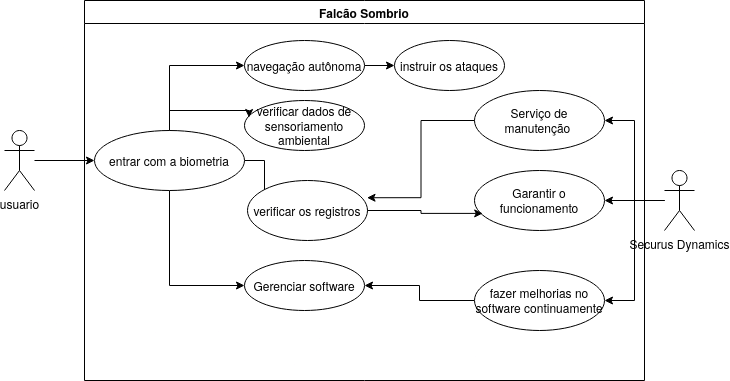
This is docs/fase3diagrama.drawio.png from GRUPO-SHADOW/UML-Classroom-FCI, a draw.io export, as it was before one commit. Source tidied: cells renumbered, new cells last; positions are measured from the earlier drawing's top-left corner, leaving out a move shared by most shapes. The source it was exported from:
```xml
<mxGraphModel>
  <root>
    <mxCell id="0" />
    <mxCell id="1" parent="0" />
    <mxCell id="2" style="edgeStyle=orthogonalEdgeStyle;rounded=0;jettySize=auto;html=1;" parent="1" edge="1" source="3" target="8">
      <mxGeometry relative="1" as="geometry" />
    </mxCell>
    <mxCell id="3" value="usuario" style="shape=umlActor;verticalLabelPosition=bottom;verticalAlign=top;html=1;outlineConnect=0;" parent="1" vertex="1">
      <mxGeometry y="130" width="30" height="60" as="geometry" />
    </mxCell>
    <mxCell id="4" value="Falcão Sombrio" style="swimlane;whiteSpace=wrap;html=1;" parent="1" vertex="1">
      <mxGeometry x="80" width="560" height="380" as="geometry" />
    </mxCell>
    <mxCell id="5" style="edgeStyle=orthogonalEdgeStyle;rounded=0;jettySize=auto;html=1;entryX=0;entryY=0.5;entryDx=0;entryDy=0;" parent="4" edge="1" source="8" target="13">
      <mxGeometry relative="1" as="geometry" />
    </mxCell>
    <mxCell id="6" style="edgeStyle=orthogonalEdgeStyle;rounded=0;jettySize=auto;html=1;entryX=0;entryY=0.5;entryDx=0;entryDy=0;" parent="4" edge="1" source="8" target="12">
      <mxGeometry relative="1" as="geometry" />
    </mxCell>
    <mxCell id="7" style="edgeStyle=orthogonalEdgeStyle;rounded=0;jettySize=auto;html=1;entryX=0;entryY=0.5;entryDx=0;entryDy=0;" parent="4" edge="1" source="8" target="10">
      <mxGeometry relative="1" as="geometry" />
    </mxCell>
    <mxCell id="8" value="entrar com a biometria" style="ellipse;whiteSpace=wrap;html=1;" parent="4" vertex="1">
      <mxGeometry x="10" y="130" width="150" height="60" as="geometry" />
    </mxCell>
    <mxCell id="9" value="verificar dados de sensoriamento ambiental" style="ellipse;whiteSpace=wrap;html=1;" parent="4" vertex="1">
      <mxGeometry x="160" y="100" width="120" height="50" as="geometry" />
    </mxCell>
    <mxCell id="10" value="verificar os registros" style="ellipse;whiteSpace=wrap;html=1;" parent="4" vertex="1">
      <mxGeometry x="163" y="180" width="120" height="60" as="geometry" />
    </mxCell>
    <mxCell id="11" style="edgeStyle=orthogonalEdgeStyle;rounded=0;jettySize=auto;html=1;" parent="4" edge="1" source="12" target="15">
      <mxGeometry relative="1" as="geometry" />
    </mxCell>
    <mxCell id="12" value="navegação autônoma" style="ellipse;whiteSpace=wrap;html=1;" parent="4" vertex="1">
      <mxGeometry x="160" y="40" width="120" height="50" as="geometry" />
    </mxCell>
    <mxCell id="13" value="Gerenciar software" style="ellipse;whiteSpace=wrap;html=1;" parent="4" vertex="1">
      <mxGeometry x="160" y="260" width="120" height="50" as="geometry" />
    </mxCell>
    <mxCell id="14" style="edgeStyle=orthogonalEdgeStyle;rounded=0;jettySize=auto;html=1;entryX=0.038;entryY=0.34;entryDx=0;entryDy=0;entryPerimeter=0;" parent="4" edge="1" source="8" target="9">
      <mxGeometry relative="1" as="geometry" />
    </mxCell>
    <mxCell id="15" value="instruir os ataques" style="ellipse;whiteSpace=wrap;html=1;" parent="4" vertex="1">
      <mxGeometry x="310" y="40" width="110" height="50" as="geometry" />
    </mxCell>
    <mxCell id="16" value="Garantir o funcionamento" style="ellipse;whiteSpace=wrap;html=1;" parent="4" vertex="1">
      <mxGeometry x="390" y="170" width="130" height="60" as="geometry" />
    </mxCell>
    <mxCell id="17" style="edgeStyle=orthogonalEdgeStyle;rounded=0;jettySize=auto;html=1;" parent="4" edge="1" source="18" target="13">
      <mxGeometry relative="1" as="geometry" />
    </mxCell>
    <mxCell id="18" value="fazer melhorias no software continuamente" style="ellipse;whiteSpace=wrap;html=1;" parent="4" vertex="1">
      <mxGeometry x="390" y="270" width="130" height="60" as="geometry" />
    </mxCell>
    <mxCell id="19" value="Serviço de manutenção&amp;nbsp;" style="ellipse;whiteSpace=wrap;html=1;" parent="4" vertex="1">
      <mxGeometry x="390" y="90" width="130" height="60" as="geometry" />
    </mxCell>
    <mxCell id="20" style="edgeStyle=orthogonalEdgeStyle;rounded=0;jettySize=auto;html=1;entryX=0.063;entryY=0.715;entryDx=0;entryDy=0;entryPerimeter=0;" parent="4" edge="1" source="10" target="16">
      <mxGeometry relative="1" as="geometry" />
    </mxCell>
    <mxCell id="21" style="edgeStyle=orthogonalEdgeStyle;rounded=0;jettySize=auto;html=1;entryX=0.996;entryY=0.287;entryDx=0;entryDy=0;entryPerimeter=0;" parent="4" edge="1" source="19" target="10">
      <mxGeometry relative="1" as="geometry" />
    </mxCell>
    <mxCell id="22" style="edgeStyle=orthogonalEdgeStyle;rounded=0;jettySize=auto;html=1;" parent="1" edge="1" source="25" target="16">
      <mxGeometry relative="1" as="geometry" />
    </mxCell>
    <mxCell id="23" style="edgeStyle=orthogonalEdgeStyle;rounded=0;jettySize=auto;html=1;entryX=1;entryY=0.5;entryDx=0;entryDy=0;" parent="1" edge="1" source="25" target="19">
      <mxGeometry relative="1" as="geometry" />
    </mxCell>
    <mxCell id="24" style="edgeStyle=orthogonalEdgeStyle;rounded=0;jettySize=auto;html=1;entryX=1;entryY=0.5;entryDx=0;entryDy=0;" parent="1" edge="1" source="25" target="18">
      <mxGeometry relative="1" as="geometry" />
    </mxCell>
    <mxCell id="25" value="Securus Dynamics" style="shape=umlActor;verticalLabelPosition=bottom;verticalAlign=top;html=1;outlineConnect=0;" parent="1" vertex="1">
      <mxGeometry x="660" y="170" width="30" height="60" as="geometry" />
    </mxCell>
  </root>
</mxGraphModel>
```
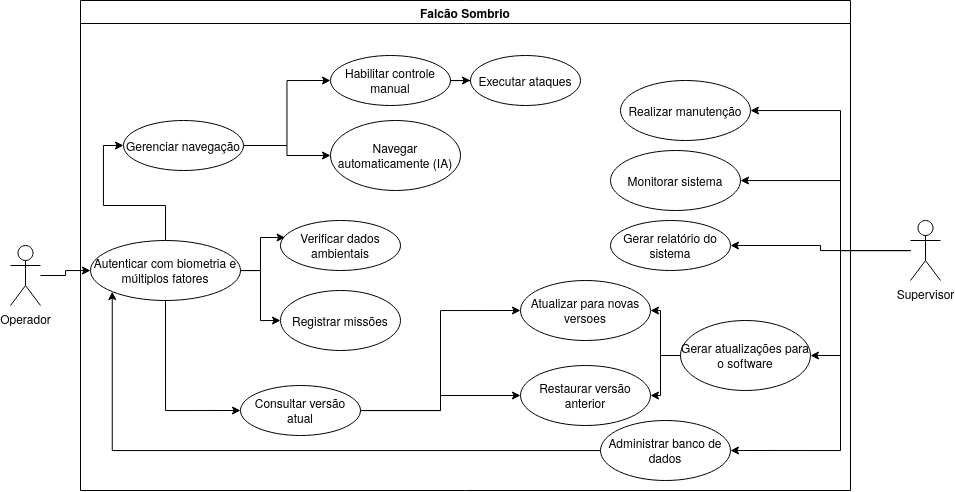
Later version of the same file.

Diff of the diagram source:
```diff
@@ -5,11 +5,11 @@
     <mxCell id="2" style="edgeStyle=orthogonalEdgeStyle;rounded=0;jettySize=auto;html=1;" parent="1" edge="1" source="3" target="8">
       <mxGeometry relative="1" as="geometry" />
     </mxCell>
-    <mxCell id="3" value="usuario" style="shape=umlActor;verticalLabelPosition=bottom;verticalAlign=top;html=1;outlineConnect=0;" parent="1" vertex="1">
-      <mxGeometry y="130" width="30" height="60" as="geometry" />
+    <mxCell id="3" value="Operador" style="shape=umlActor;verticalLabelPosition=bottom;verticalAlign=top;html=1;outlineConnect=0;" parent="1" vertex="1">
+      <mxGeometry y="145" width="30" height="60" as="geometry" />
     </mxCell>
     <mxCell id="4" value="Falcão Sombrio" style="swimlane;whiteSpace=wrap;html=1;" parent="1" vertex="1">
-      <mxGeometry x="80" width="560" height="380" as="geometry" />
+      <mxGeometry x="70" y="-100" width="770" height="490" as="geometry" />
     </mxCell>
     <mxCell id="5" style="edgeStyle=orthogonalEdgeStyle;rounded=0;jettySize=auto;html=1;entryX=0;entryY=0.5;entryDx=0;entryDy=0;" parent="4" edge="1" source="8" target="13">
       <mxGeometry relative="1" as="geometry" />
@@ -20,59 +20,116 @@
     <mxCell id="7" style="edgeStyle=orthogonalEdgeStyle;rounded=0;jettySize=auto;html=1;entryX=0;entryY=0.5;entryDx=0;entryDy=0;" parent="4" edge="1" source="8" target="10">
       <mxGeometry relative="1" as="geometry" />
     </mxCell>
-    <mxCell id="8" value="entrar com a biometria" style="ellipse;whiteSpace=wrap;html=1;" parent="4" vertex="1">
-      <mxGeometry x="10" y="130" width="150" height="60" as="geometry" />
+    <mxCell id="8" value="Autenticar com biometria e múltiplos fatores" style="ellipse;whiteSpace=wrap;html=1;" parent="4" vertex="1">
+      <mxGeometry x="10" y="240" width="150" height="60" as="geometry" />
     </mxCell>
-    <mxCell id="9" value="verificar dados de sensoriamento ambiental" style="ellipse;whiteSpace=wrap;html=1;" parent="4" vertex="1">
-      <mxGeometry x="160" y="100" width="120" height="50" as="geometry" />
+    <mxCell id="9" value="Verificar dados ambientais" style="ellipse;whiteSpace=wrap;html=1;" parent="4" vertex="1">
+      <mxGeometry x="200" y="220" width="120" height="50" as="geometry" />
     </mxCell>
-    <mxCell id="10" value="verificar os registros" style="ellipse;whiteSpace=wrap;html=1;" parent="4" vertex="1">
-      <mxGeometry x="163" y="180" width="120" height="60" as="geometry" />
+    <mxCell id="10" value="Registrar missões" style="ellipse;whiteSpace=wrap;html=1;" parent="4" vertex="1">
+      <mxGeometry x="200" y="290" width="120" height="60" as="geometry" />
     </mxCell>
-    <mxCell id="11" style="edgeStyle=orthogonalEdgeStyle;rounded=0;jettySize=auto;html=1;" parent="4" edge="1" source="12" target="15">
-      <mxGeometry relative="1" as="geometry" />
-    </mxCell>
+    <mxCell id="26" style="edgeStyle=orthogonalEdgeStyle;rounded=0;jettySize=auto;html=1;entryX=0;entryY=0.5;entryDx=0;entryDy=0;" parent="4" edge="1" source="12" target="35">
+      <mxGeometry relative="1" as="geometry" />
+    </mxCell>
+    <mxCell id="27" style="edgeStyle=orthogonalEdgeStyle;rounded=0;jettySize=auto;html=1;entryX=0;entryY=0.5;entryDx=0;entryDy=0;" parent="4" edge="1" source="12" target="36">
+      <mxGeometry relative="1" as="geometry" />
+    </mxCell>
-    <mxCell id="12" value="navegação autônoma" style="ellipse;whiteSpace=wrap;html=1;" parent="4" vertex="1">
-      <mxGeometry x="160" y="40" width="120" height="50" as="geometry" />
+    <mxCell id="12" value="&lt;div&gt;Gerenciar navegação&lt;/div&gt;" style="ellipse;whiteSpace=wrap;html=1;" parent="4" vertex="1">
+      <mxGeometry x="43" y="120" width="120" height="50" as="geometry" />
     </mxCell>
+    <mxCell id="28" style="edgeStyle=orthogonalEdgeStyle;rounded=0;jettySize=auto;html=1;entryX=0;entryY=0.5;entryDx=0;entryDy=0;" parent="4" edge="1" source="13" target="33">
+      <mxGeometry relative="1" as="geometry" />
+    </mxCell>
+    <mxCell id="29" style="edgeStyle=orthogonalEdgeStyle;rounded=0;jettySize=auto;html=1;entryX=0;entryY=0.5;entryDx=0;entryDy=0;" parent="4" edge="1" source="13" target="32">
+      <mxGeometry relative="1" as="geometry" />
+    </mxCell>
-    <mxCell id="13" value="Gerenciar software" style="ellipse;whiteSpace=wrap;html=1;" parent="4" vertex="1">
-      <mxGeometry x="160" y="260" width="120" height="50" as="geometry" />
+    <mxCell id="13" value="Consultar versão atual" style="ellipse;whiteSpace=wrap;html=1;" parent="4" vertex="1">
+      <mxGeometry x="160" y="385" width="120" height="50" as="geometry" />
     </mxCell>
     <mxCell id="14" style="edgeStyle=orthogonalEdgeStyle;rounded=0;jettySize=auto;html=1;entryX=0.038;entryY=0.34;entryDx=0;entryDy=0;entryPerimeter=0;" parent="4" edge="1" source="8" target="9">
       <mxGeometry relative="1" as="geometry" />
     </mxCell>
-    <mxCell id="15" value="instruir os ataques" style="ellipse;whiteSpace=wrap;html=1;" parent="4" vertex="1">
-      <mxGeometry x="310" y="40" width="110" height="50" as="geometry" />
+    <mxCell id="15" value="Executar ataques" style="ellipse;whiteSpace=wrap;html=1;" parent="4" vertex="1">
+      <mxGeometry x="390" y="55" width="110" height="50" as="geometry" />
     </mxCell>
-    <mxCell id="16" value="Garantir o funcionamento" style="ellipse;whiteSpace=wrap;html=1;" parent="4" vertex="1">
-      <mxGeometry x="390" y="170" width="130" height="60" as="geometry" />
+    <mxCell id="16" value="Monitorar sistema" style="ellipse;whiteSpace=wrap;html=1;" parent="4" vertex="1">
+      <mxGeometry x="530" y="150" width="130" height="60" as="geometry" />
     </mxCell>
-    <mxCell id="17" style="edgeStyle=orthogonalEdgeStyle;rounded=0;jettySize=auto;html=1;" parent="4" edge="1" source="18" target="13">
-      <mxGeometry relative="1" as="geometry" />
-    </mxCell>
+    <mxCell id="30" style="edgeStyle=orthogonalEdgeStyle;rounded=0;jettySize=auto;html=1;entryX=1;entryY=0.5;entryDx=0;entryDy=0;" parent="4" edge="1" source="18" target="32">
+      <mxGeometry relative="1" as="geometry" />
+    </mxCell>
+    <mxCell id="31" style="edgeStyle=orthogonalEdgeStyle;rounded=0;jettySize=auto;html=1;entryX=1;entryY=0.5;entryDx=0;entryDy=0;" parent="4" edge="1" source="18" target="33">
+      <mxGeometry relative="1" as="geometry" />
+    </mxCell>
-    <mxCell id="18" value="fazer melhorias no software continuamente" style="ellipse;whiteSpace=wrap;html=1;" parent="4" vertex="1">
-      <mxGeometry x="390" y="270" width="130" height="60" as="geometry" />
+    <mxCell id="18" value="Gerar atualizações para o software" style="ellipse;whiteSpace=wrap;html=1;" parent="4" vertex="1">
+      <mxGeometry x="600" y="320" width="130" height="70" as="geometry" />
     </mxCell>
-    <mxCell id="19" value="Serviço de manutenção&amp;nbsp;" style="ellipse;whiteSpace=wrap;html=1;" parent="4" vertex="1">
-      <mxGeometry x="390" y="90" width="130" height="60" as="geometry" />
+    <mxCell id="19" value="Realizar manutenção" style="ellipse;whiteSpace=wrap;html=1;" parent="4" vertex="1">
+      <mxGeometry x="540" y="80" width="130" height="60" as="geometry" />
     </mxCell>
-    <mxCell id="20" style="edgeStyle=orthogonalEdgeStyle;rounded=0;jettySize=auto;html=1;entryX=0.063;entryY=0.715;entryDx=0;entryDy=0;entryPerimeter=0;" parent="4" edge="1" source="10" target="16">
-      <mxGeometry relative="1" as="geometry" />
-    </mxCell>
-    <mxCell id="21" style="edgeStyle=orthogonalEdgeStyle;rounded=0;jettySize=auto;html=1;entryX=0.996;entryY=0.287;entryDx=0;entryDy=0;entryPerimeter=0;" parent="4" edge="1" source="19" target="10">
-      <mxGeometry relative="1" as="geometry" />
-    </mxCell>
+    <mxCell id="32" value="Atualizar para novas versoes" style="ellipse;whiteSpace=wrap;html=1;" parent="4" vertex="1">
+      <mxGeometry x="440" y="280" width="130" height="60" as="geometry" />
+    </mxCell>
+    <mxCell id="33" value="Restaurar versão anterior" style="ellipse;whiteSpace=wrap;html=1;" parent="4" vertex="1">
+      <mxGeometry x="440" y="365" width="130" height="60" as="geometry" />
+    </mxCell>
+    <mxCell id="34" style="edgeStyle=orthogonalEdgeStyle;rounded=0;jettySize=auto;html=1;entryX=0;entryY=0.5;entryDx=0;entryDy=0;" parent="4" edge="1" source="35" target="15">
+      <mxGeometry relative="1" as="geometry" />
+    </mxCell>
+    <mxCell id="35" value="Habilitar controle manual" style="ellipse;whiteSpace=wrap;html=1;" parent="4" vertex="1">
+      <mxGeometry x="250" y="55" width="120" height="50" as="geometry" />
+    </mxCell>
+    <mxCell id="36" value="Navegar automaticamente (IA)" style="ellipse;whiteSpace=wrap;html=1;" parent="4" vertex="1">
+      <mxGeometry x="250" y="120" width="130" height="70" as="geometry" />
+    </mxCell>
+    <mxCell id="37" value="Gerar relatório do sistema" style="ellipse;whiteSpace=wrap;html=1;" parent="4" vertex="1">
+      <mxGeometry x="530" y="220" width="120" height="50" as="geometry" />
+    </mxCell>
+    <mxCell id="38" style="edgeStyle=orthogonalEdgeStyle;rounded=0;jettySize=auto;html=1;entryX=0;entryY=1;entryDx=0;entryDy=0;" parent="4" edge="1" source="39" target="8">
+      <mxGeometry relative="1" as="geometry" />
+    </mxCell>
+    <mxCell id="39" value="Administrar banco de dados" style="ellipse;whiteSpace=wrap;html=1;" parent="4" vertex="1">
+      <mxGeometry x="520" y="420" width="130" height="60" as="geometry" />
+    </mxCell>
     <mxCell id="22" style="edgeStyle=orthogonalEdgeStyle;rounded=0;jettySize=auto;html=1;" parent="1" edge="1" source="25" target="16">
-      <mxGeometry relative="1" as="geometry" />
+      <mxGeometry relative="1" as="geometry">
+        <Array as="points">
+          <mxPoint x="830" y="150" />
+          <mxPoint x="830" y="80" />
+        </Array>
+      </mxGeometry>
     </mxCell>
     <mxCell id="23" style="edgeStyle=orthogonalEdgeStyle;rounded=0;jettySize=auto;html=1;entryX=1;entryY=0.5;entryDx=0;entryDy=0;" parent="1" edge="1" source="25" target="19">
-      <mxGeometry relative="1" as="geometry" />
+      <mxGeometry relative="1" as="geometry">
+        <Array as="points">
+          <mxPoint x="830" y="150" />
+          <mxPoint x="830" y="10" />
+          <mxPoint x="740" y="10" />
+        </Array>
+      </mxGeometry>
     </mxCell>
     <mxCell id="24" style="edgeStyle=orthogonalEdgeStyle;rounded=0;jettySize=auto;html=1;entryX=1;entryY=0.5;entryDx=0;entryDy=0;" parent="1" edge="1" source="25" target="18">
-      <mxGeometry relative="1" as="geometry" />
+      <mxGeometry relative="1" as="geometry">
+        <Array as="points">
+          <mxPoint x="830" y="150" />
+          <mxPoint x="830" y="255" />
+        </Array>
+      </mxGeometry>
     </mxCell>
+    <mxCell id="40" style="edgeStyle=orthogonalEdgeStyle;rounded=0;jettySize=auto;html=1;entryX=1;entryY=0.5;entryDx=0;entryDy=0;" parent="1" edge="1" source="25" target="37">
+      <mxGeometry relative="1" as="geometry" />
+    </mxCell>
+    <mxCell id="41" style="edgeStyle=orthogonalEdgeStyle;rounded=0;jettySize=auto;html=1;entryX=1;entryY=0.5;entryDx=0;entryDy=0;" parent="1" edge="1" source="25" target="39">
+      <mxGeometry relative="1" as="geometry">
+        <Array as="points">
+          <mxPoint x="830" y="150" />
+          <mxPoint x="830" y="350" />
+        </Array>
+      </mxGeometry>
+    </mxCell>
-    <mxCell id="25" value="Securus Dynamics" style="shape=umlActor;verticalLabelPosition=bottom;verticalAlign=top;html=1;outlineConnect=0;" parent="1" vertex="1">
-      <mxGeometry x="660" y="170" width="30" height="60" as="geometry" />
+    <mxCell id="25" value="Supervisor" style="shape=umlActor;verticalLabelPosition=bottom;verticalAlign=top;html=1;outlineConnect=0;" parent="1" vertex="1">
+      <mxGeometry x="900" y="120" width="30" height="60" as="geometry" />
     </mxCell>
   </root>
 </mxGraphModel>
```
